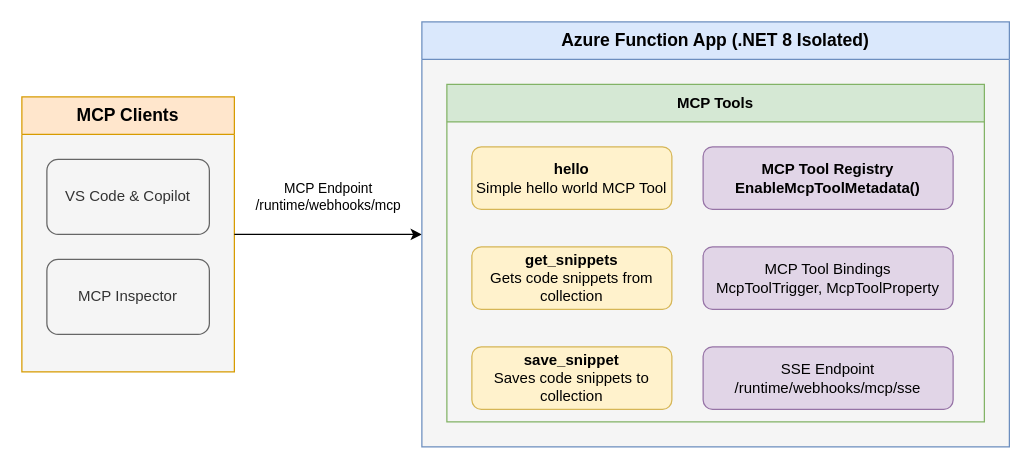
Before: architecture-diagram.drawio in Azure-Samples/remote-mcp-functions-dotnet, a draw.io diagram. Source tidied: cells renumbered, new cells numbered last; positions are measured from the earlier drawing's top-left corner, leaving out a move shared by most shapes. Both pictures are drawn from the tidied source at 125%, with x=0, y=0 at pixel (21, 21).
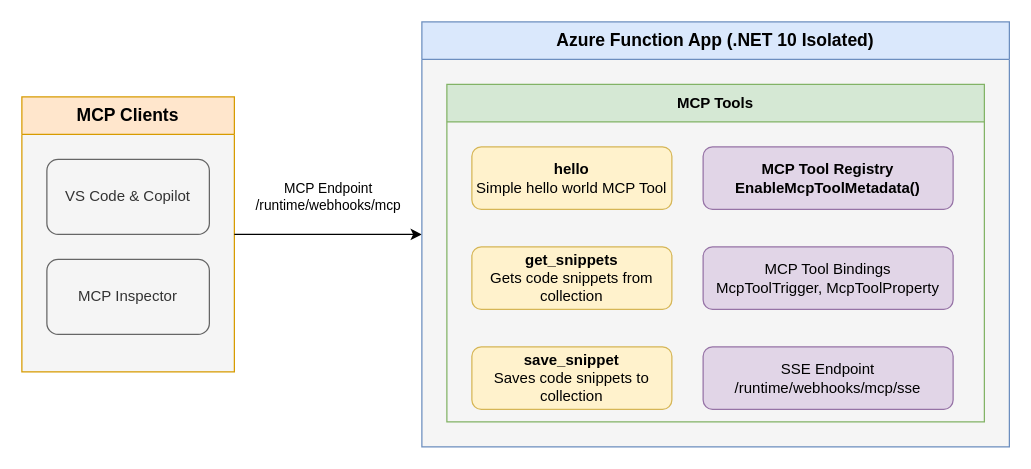
Above is the later version.

What changed in the source:
```diff
@@
 <mxGraphModel>
   <root>
     <mxCell id="0" />
     <mxCell id="1" parent="0" />
     <mxCell id="2" value="MCP Clients" style="swimlane;whiteSpace=wrap;html=1;fillColor=#ffe6cc;strokeColor=#d79b00;startSize=30;fontSize=14;fontStyle=1;swimlaneFillColor=#F5F5F5;" parent="1" vertex="1">
       <mxGeometry y="60" width="170" height="220" as="geometry" />
     </mxCell>
     <mxCell id="3" value="VS Code &amp; Copilot" style="rounded=1;whiteSpace=wrap;html=1;fillColor=#f5f5f5;strokeColor=#666666;fontColor=#333333;" parent="2" vertex="1">
       <mxGeometry x="20" y="50" width="130" height="60" as="geometry" />
     </mxCell>
     <mxCell id="4" value="MCP Inspector" style="rounded=1;whiteSpace=wrap;html=1;fillColor=#f5f5f5;strokeColor=#666666;fontColor=#333333;" parent="2" vertex="1">
       <mxGeometry x="20" y="130" width="130" height="60" as="geometry" />
     </mxCell>
     <mxCell id="5" value="MCP Endpoint&lt;br&gt;/runtime/webhooks/mcp" style="endArrow=classic;html=1;rounded=0;fontSize=11;exitX=1;exitY=0.5;exitDx=0;exitDy=0;entryX=0;entryY=0.5;entryDx=0;entryDy=0;" parent="1" edge="1" source="2" target="6">
       <mxGeometry y="30" relative="1" as="geometry" />
     </mxCell>
-    <mxCell id="6" value="Azure Function App (.NET 8 Isolated)" style="swimlane;whiteSpace=wrap;html=1;fillColor=#dae8fc;strokeColor=#6c8ebf;startSize=30;fontSize=14;fontStyle=1;swimlaneFillColor=#f5f5f5;" parent="1" vertex="1">
+    <mxCell id="6" value="Azure Function App (.NET 10 Isolated)" style="swimlane;whiteSpace=wrap;html=1;fillColor=#dae8fc;strokeColor=#6c8ebf;startSize=30;fontSize=14;fontStyle=1;swimlaneFillColor=#f5f5f5;" parent="1" vertex="1">
       <mxGeometry x="320" width="470" height="340" as="geometry" />
     </mxCell>
     <mxCell id="7" value="MCP Tools" style="swimlane;whiteSpace=wrap;html=1;fillColor=#d5e8d4;strokeColor=#82b366;startSize=30;" parent="6" vertex="1">
       <mxGeometry x="20" y="50" width="430" height="270" as="geometry" />
     </mxCell>
     <mxCell id="8" value="&lt;b&gt;hello&lt;/b&gt;&lt;br&gt;Simple hello world MCP Tool" style="rounded=1;whiteSpace=wrap;html=1;fillColor=#fff2cc;strokeColor=#d6b656;" parent="7" vertex="1">
       <mxGeometry x="20" y="50" width="160" height="50" as="geometry" />
     </mxCell>
     <mxCell id="9" value="&lt;b&gt;get_snippets&lt;/b&gt;&lt;br&gt;Gets code snippets from collection" style="rounded=1;whiteSpace=wrap;html=1;fillColor=#fff2cc;strokeColor=#d6b656;" parent="7" vertex="1">
       <mxGeometry x="20" y="130" width="160" height="50" as="geometry" />
     </mxCell>
     <mxCell id="10" value="&lt;b&gt;save_snippet&lt;/b&gt;&lt;br&gt;Saves code snippets to collection" style="rounded=1;whiteSpace=wrap;html=1;fillColor=#fff2cc;strokeColor=#d6b656;" parent="7" vertex="1">
       <mxGeometry x="20" y="210" width="160" height="50" as="geometry" />
     </mxCell>
     <mxCell id="11" value="MCP Tool Registry&#10;EnableMcpToolMetadata()" style="rounded=1;whiteSpace=wrap;html=1;fillColor=#e1d5e7;strokeColor=#9673a6;fontStyle=1;" parent="7" vertex="1">
       <mxGeometry x="205" y="50" width="200" height="50" as="geometry" />
     </mxCell>
     <mxCell id="12" value="MCP Tool Bindings&#10;McpToolTrigger, McpToolProperty" style="rounded=1;whiteSpace=wrap;html=1;fillColor=#e1d5e7;strokeColor=#9673a6;" parent="7" vertex="1">
       <mxGeometry x="205" y="130" width="200" height="50" as="geometry" />
     </mxCell>
     <mxCell id="13" value="SSE Endpoint&#10;/runtime/webhooks/mcp/sse" style="rounded=1;whiteSpace=wrap;html=1;fillColor=#e1d5e7;strokeColor=#9673a6;" parent="7" vertex="1">
       <mxGeometry x="205" y="210" width="200" height="50" as="geometry" />
     </mxCell>
   </root>
 </mxGraphModel>
```
